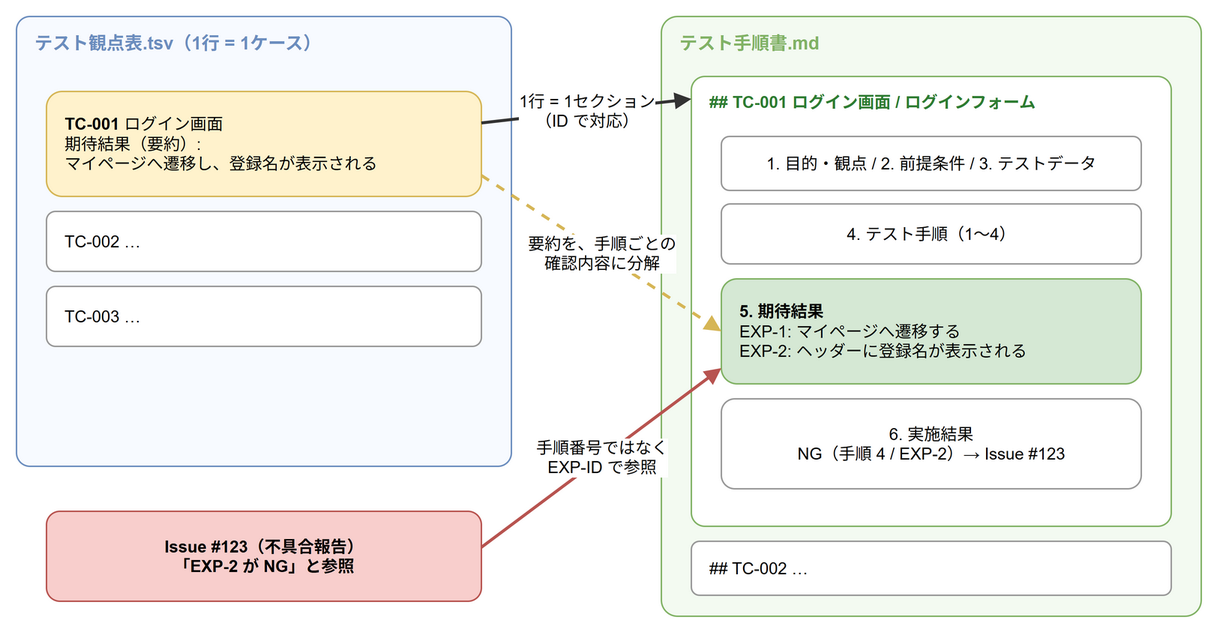
This is images/articles/test-procedure-document/tsv-procedure-mapping.drawio.png from aew2sbee/zenn, a draw.io export, as it was before one commit. Source tidied: cells renumbered, new cells last; positions are measured from the earlier drawing's top-left corner, leaving out a move shared by most shapes.
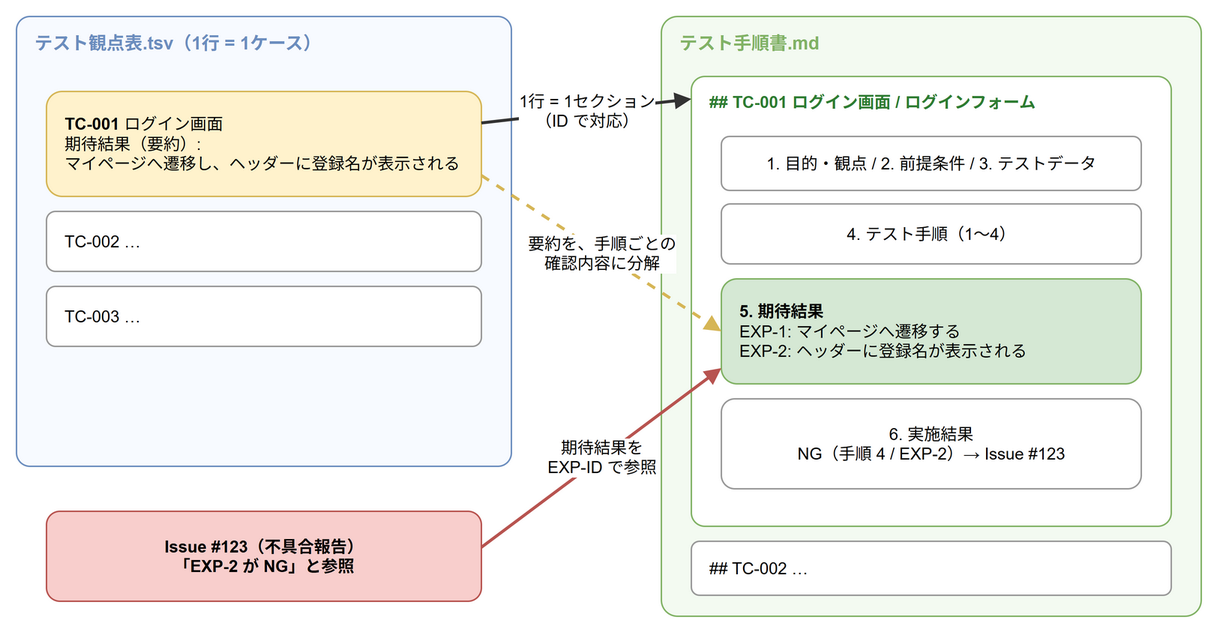
The same file after the commit.

Commit message:
docs: 図の文言をレビュー指摘に合わせて修正

Diff of the diagram source:
```diff
@@ -5,7 +5,7 @@
     <mxCell id="2" value="テスト観点表.tsv（1行 = 1ケース）" style="rounded=1;whiteSpace=wrap;html=1;fillColor=#f7faff;strokeColor=#6c8ebf;verticalAlign=top;align=left;spacingLeft=10;spacingTop=4;spacingBottom=4;fontStyle=1;fontSize=12;fontColor=#6c8ebf;arcSize=3;" parent="1" vertex="1">
       <mxGeometry width="330" height="300" as="geometry" />
     </mxCell>
-    <mxCell id="3" value="&lt;b&gt;TC-001&lt;/b&gt; ログイン画面&lt;br&gt;期待結果（要約）:&lt;br&gt;マイページへ遷移し、登録名が表示される" style="rounded=1;whiteSpace=wrap;html=1;fontSize=11;fillColor=#fff2cc;strokeColor=#d6b656;align=left;spacingLeft=10;" parent="1" vertex="1">
+    <mxCell id="3" value="&lt;b&gt;TC-001&lt;/b&gt; ログイン画面&lt;br&gt;期待結果（要約）:&lt;br&gt;マイページへ遷移し、ヘッダーに登録名が表示される" style="rounded=1;whiteSpace=wrap;html=1;fontSize=11;fillColor=#fff2cc;strokeColor=#d6b656;align=left;spacingLeft=10;" parent="1" vertex="1">
       <mxGeometry x="20" y="50" width="290" height="70" as="geometry" />
     </mxCell>
     <mxCell id="4" value="TC-002 …" style="rounded=1;whiteSpace=wrap;html=1;fontSize=11;fillColor=#ffffff;strokeColor=#999999;align=left;spacingLeft=10;" parent="1" vertex="1">
@@ -44,7 +44,7 @@
     <mxCell id="15" value="Issue #123（不具合報告）&lt;br&gt;「EXP-2 が NG」と参照" style="rounded=1;whiteSpace=wrap;html=1;fontSize=11;fillColor=#f8cecc;strokeColor=#b85450;fontStyle=1;" parent="1" vertex="1">
       <mxGeometry x="20" y="330" width="290" height="60" as="geometry" />
     </mxCell>
-    <mxCell id="16" value="手順番号ではなく&lt;br&gt;EXP-ID で参照" style="html=1;endArrow=block;endFill=1;strokeColor=#b85450;strokeWidth=2;fontSize=11;labelBackgroundColor=#ffffff;exitX=1;exitY=0.4;exitDx=0;exitDy=0;entryX=0;entryY=0.85;entryDx=0;entryDy=0;" parent="1" edge="1" source="15" target="10">
+    <mxCell id="16" value="期待結果を&lt;br&gt;EXP-ID で参照" style="html=1;endArrow=block;endFill=1;strokeColor=#b85450;strokeWidth=2;fontSize=11;labelBackgroundColor=#ffffff;exitX=1;exitY=0.4;exitDx=0;exitDy=0;entryX=0;entryY=0.85;entryDx=0;entryDy=0;" parent="1" edge="1" source="15" target="10">
       <mxGeometry relative="1" as="geometry" />
     </mxCell>
   </root>
```
